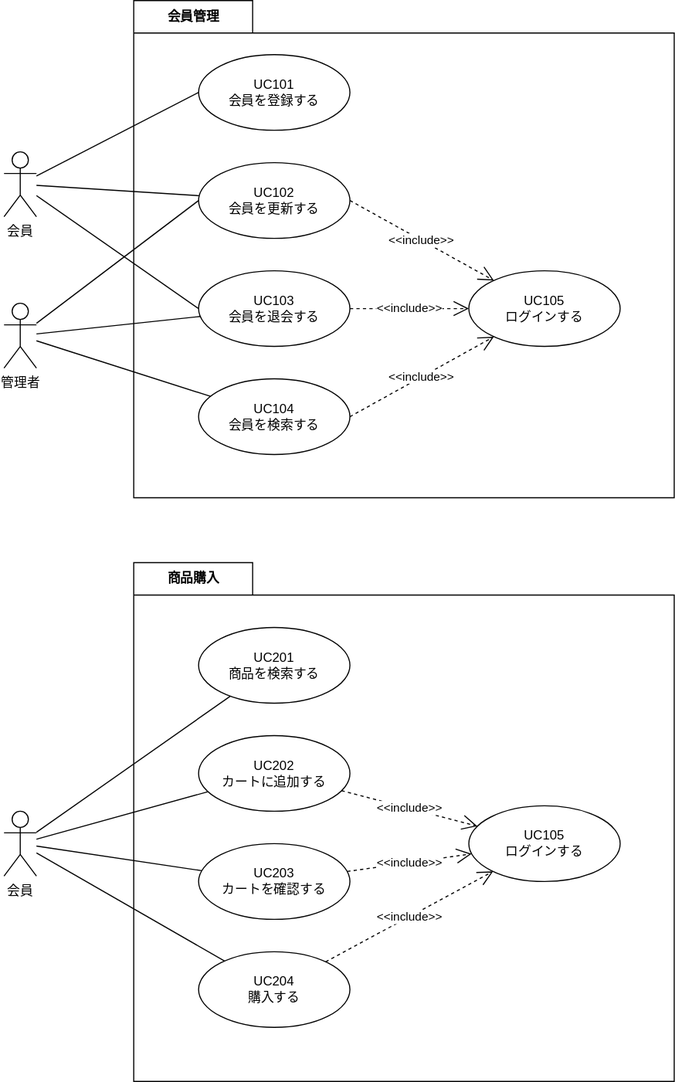
Earlier version of the draw.io export documents/10_要件定義/image/usecase.svg (la-java-silicon-2021/shopping-doc). Source tidied: cells renumbered, new cells last; positions are measured from the earlier drawing's top-left corner, leaving out a move shared by most shapes.
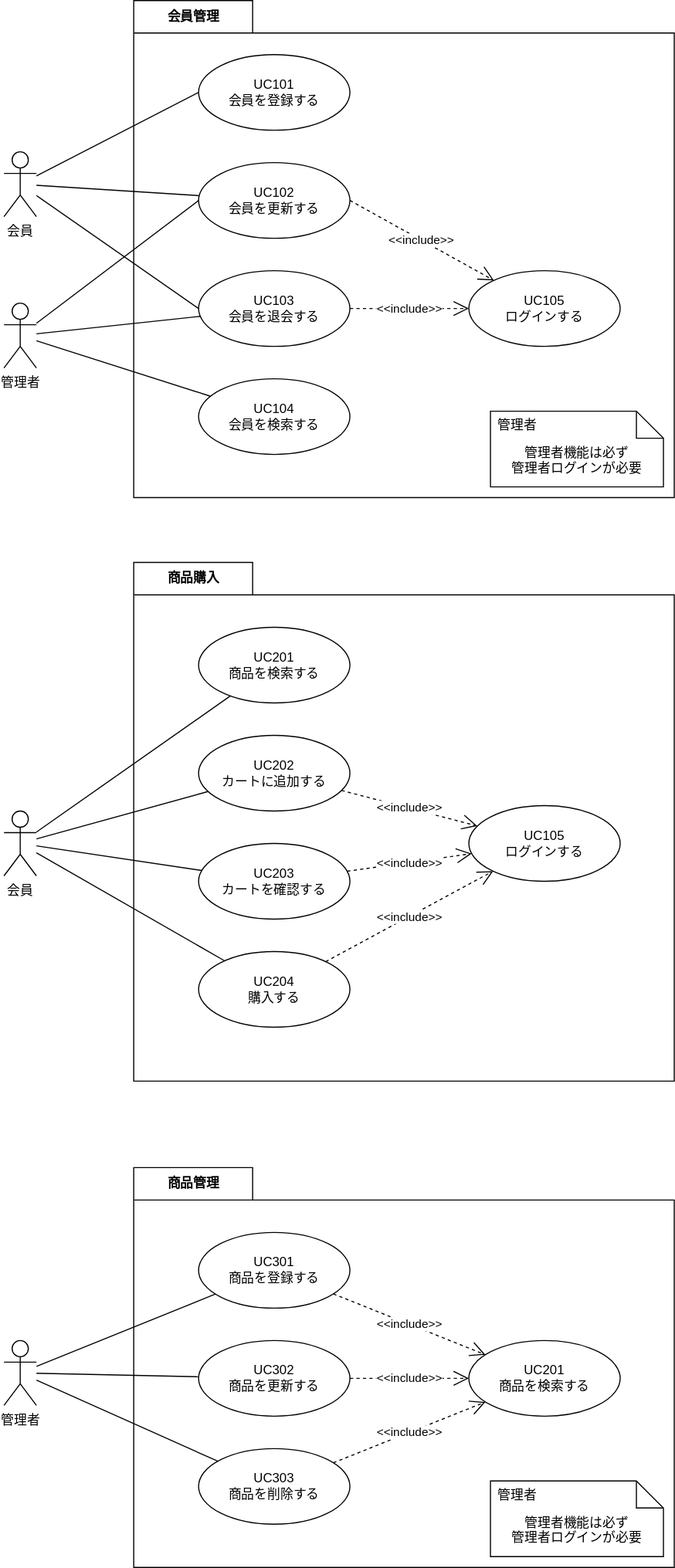
After the commit.

Commit message:
usecase.svg を更新します

What changed in the source:
```diff
@@ -26,9 +26,6 @@
     <mxCell id="9" value="管理者" style="shape=umlActor;verticalLabelPosition=bottom;verticalAlign=top;html=1;" parent="1" vertex="1">
       <mxGeometry y="280" width="30" height="60" as="geometry" />
     </mxCell>
-    <mxCell id="10" value="&amp;lt;&amp;lt;include&amp;gt;&amp;gt;" style="endArrow=open;endSize=12;dashed=1;html=1;exitX=1;exitY=0.5;exitDx=0;exitDy=0;" parent="1" edge="1" source="7" target="8">
-      <mxGeometry relative="1" as="geometry" />
-    </mxCell>
     <mxCell id="11" value="&amp;lt;&amp;lt;include&amp;gt;&amp;gt;" style="endArrow=open;endSize=12;dashed=1;html=1;exitX=1;exitY=0.5;exitDx=0;exitDy=0;" parent="1" edge="1" source="6" target="8">
       <mxGeometry relative="1" as="geometry" />
     </mxCell>
@@ -95,5 +92,53 @@
     <mxCell id="32" value="UC105&lt;br&gt;ログインする" style="ellipse;whiteSpace=wrap;html=1;" parent="1" vertex="1">
       <mxGeometry x="430" y="745" width="140" height="70" as="geometry" />
     </mxCell>
+    <mxCell id="33" value="商品管理" style="shape=folder;fontStyle=1;tabWidth=110;tabHeight=30;tabPosition=left;html=1;boundedLbl=1;labelInHeader=1;" parent="1" vertex="1">
+      <mxGeometry x="120" y="1080" width="500" height="370" as="geometry" />
+    </mxCell>
+    <mxCell id="34" value="管理者" style="shape=umlActor;verticalLabelPosition=bottom;verticalAlign=top;html=1;" parent="1" vertex="1">
+      <mxGeometry y="1240" width="30" height="60" as="geometry" />
+    </mxCell>
+    <mxCell id="35" value="UC301&lt;br&gt;商品を登録する" style="ellipse;whiteSpace=wrap;html=1;" parent="1" vertex="1">
+      <mxGeometry x="180" y="1140" width="140" height="70" as="geometry" />
+    </mxCell>
+    <mxCell id="36" value="UC302&lt;br&gt;商品を更新する" style="ellipse;whiteSpace=wrap;html=1;" parent="1" vertex="1">
+      <mxGeometry x="180" y="1240" width="140" height="70" as="geometry" />
+    </mxCell>
+    <mxCell id="37" value="UC303&lt;br&gt;商品を削除する" style="ellipse;whiteSpace=wrap;html=1;" parent="1" vertex="1">
+      <mxGeometry x="180" y="1340" width="140" height="70" as="geometry" />
+    </mxCell>
+    <mxCell id="38" value="UC201&lt;br&gt;商品を検索する" style="ellipse;whiteSpace=wrap;html=1;" parent="1" vertex="1">
+      <mxGeometry x="430" y="1240" width="140" height="70" as="geometry" />
+    </mxCell>
+    <mxCell id="39" value="&amp;lt;&amp;lt;include&amp;gt;&amp;gt;" style="endArrow=open;endSize=12;dashed=1;html=1;" parent="1" edge="1" source="35" target="38">
+      <mxGeometry relative="1" as="geometry" />
+    </mxCell>
+    <mxCell id="40" value="&amp;lt;&amp;lt;include&amp;gt;&amp;gt;" style="endArrow=open;endSize=12;dashed=1;html=1;" parent="1" edge="1" source="36" target="38">
+      <mxGeometry relative="1" as="geometry" />
+    </mxCell>
+    <mxCell id="41" value="&amp;lt;&amp;lt;include&amp;gt;&amp;gt;" style="endArrow=open;endSize=12;dashed=1;html=1;" parent="1" edge="1" source="37" target="38">
+      <mxGeometry relative="1" as="geometry" />
+    </mxCell>
+    <mxCell id="42" style="endArrow=none;html=1;" parent="1" edge="1" source="34" target="35">
+      <mxGeometry relative="1" as="geometry" />
+    </mxCell>
+    <mxCell id="43" style="endArrow=none;html=1;" parent="1" edge="1" source="34" target="36">
+      <mxGeometry relative="1" as="geometry" />
+    </mxCell>
+    <mxCell id="44" style="endArrow=none;html=1;" parent="1" edge="1" source="34" target="37">
+      <mxGeometry relative="1" as="geometry" />
+    </mxCell>
+    <mxCell id="45" value="管理者機能は必ず&lt;br&gt;管理者ログインが必要" style="shape=note2;boundedLbl=1;whiteSpace=wrap;html=1;size=25;verticalAlign=top;align=center;" parent="1" vertex="1">
+      <mxGeometry x="450" y="380" width="160" height="70" as="geometry" />
+    </mxCell>
+    <mxCell id="46" value="管理者" style="strokeColor=none;fillColor=none;align=left;spacingLeft=5;" parent="45" vertex="1">
+      <mxGeometry width="160" height="25" relative="1" as="geometry" />
+    </mxCell>
+    <mxCell id="47" value="管理者機能は必ず&lt;br&gt;管理者ログインが必要" style="shape=note2;boundedLbl=1;whiteSpace=wrap;html=1;size=25;verticalAlign=top;align=center;" parent="1" vertex="1">
+      <mxGeometry x="450" y="1370" width="160" height="70" as="geometry" />
+    </mxCell>
+    <mxCell id="48" value="管理者" style="strokeColor=none;fillColor=none;align=left;spacingLeft=5;" parent="47" vertex="1">
+      <mxGeometry width="160" height="25" relative="1" as="geometry" />
+    </mxCell>
   </root>
 </mxGraphModel>
```
